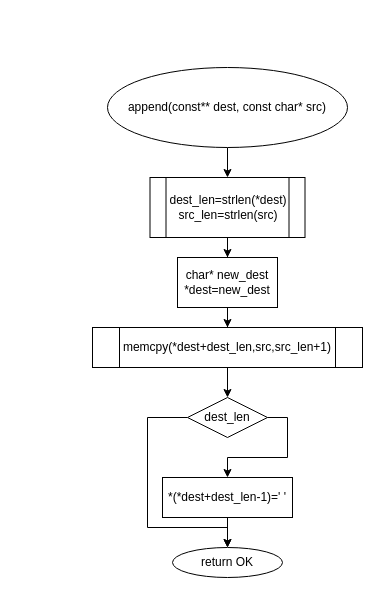
Before: page "append" (2 of 8) of lab4.drawio in Alvald1/draw.io, a draw.io diagram. Source tidied: cells renumbered, new cells numbered last; positions are measured from the earlier drawing's top-left corner, leaving out a move shared by most shapes. Both pictures are drawn from the tidied source at 100%, with x=0, y=0 at pixel (92, 67).
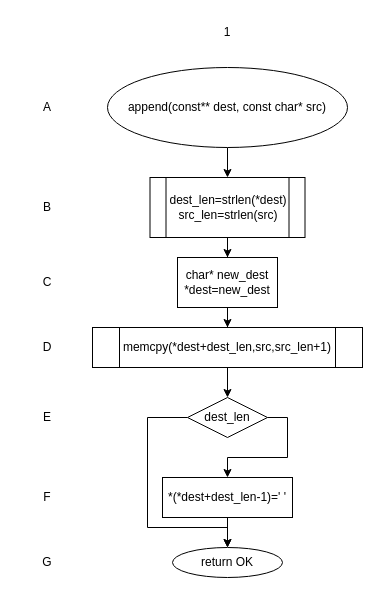
Above is the later version.

What changed in the source:
```diff
@@
+    <mxCell id="16" value="1" style="text;html=1;strokeColor=none;fillColor=none;align=center;verticalAlign=middle;whiteSpace=wrap;rounded=0;" parent="1" vertex="1">
+      <mxGeometry x="105" y="-50" width="60" height="30" as="geometry" />
+    </mxCell>
+    <mxCell id="17" value="A" style="text;html=1;strokeColor=none;fillColor=none;align=center;verticalAlign=middle;whiteSpace=wrap;rounded=0;" parent="1" vertex="1">
+      <mxGeometry x="-75" y="25" width="60" height="30" as="geometry" />
+    </mxCell>
+    <mxCell id="18" value="B" style="text;html=1;strokeColor=none;fillColor=none;align=center;verticalAlign=middle;whiteSpace=wrap;rounded=0;" parent="1" vertex="1">
+      <mxGeometry x="-75" y="125" width="60" height="30" as="geometry" />
+    </mxCell>
+    <mxCell id="19" value="C" style="text;html=1;strokeColor=none;fillColor=none;align=center;verticalAlign=middle;whiteSpace=wrap;rounded=0;" parent="1" vertex="1">
+      <mxGeometry x="-75" y="200" width="60" height="30" as="geometry" />
+    </mxCell>
+    <mxCell id="20" value="D" style="text;html=1;strokeColor=none;fillColor=none;align=center;verticalAlign=middle;whiteSpace=wrap;rounded=0;" parent="1" vertex="1">
+      <mxGeometry x="-75" y="265" width="60" height="30" as="geometry" />
+    </mxCell>
+    <mxCell id="21" value="E" style="text;html=1;strokeColor=none;fillColor=none;align=center;verticalAlign=middle;whiteSpace=wrap;rounded=0;" parent="1" vertex="1">
+      <mxGeometry x="-75" y="335" width="60" height="30" as="geometry" />
+    </mxCell>
+    <mxCell id="22" value="F" style="text;html=1;strokeColor=none;fillColor=none;align=center;verticalAlign=middle;whiteSpace=wrap;rounded=0;" parent="1" vertex="1">
+      <mxGeometry x="-75" y="415" width="60" height="30" as="geometry" />
+    </mxCell>
+    <mxCell id="23" value="G" style="text;html=1;strokeColor=none;fillColor=none;align=center;verticalAlign=middle;whiteSpace=wrap;rounded=0;" parent="1" vertex="1">
+      <mxGeometry x="-75" y="480" width="60" height="30" as="geometry" />
+    </mxCell>
```
